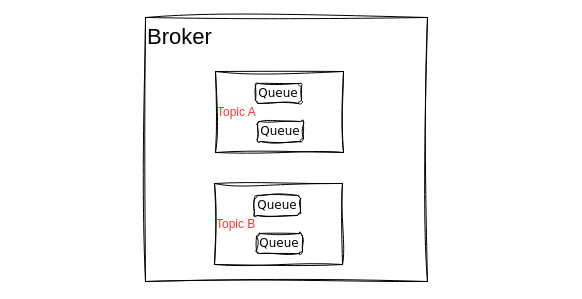
iambiglee/catmq keeps this draw.io diagram as document/blueprint/Broker.drawio. Above is the earlier version. Source tidied: cells renumbered, new cells numbered last; positions are measured from the earlier drawing's top-left corner, leaving out a move shared by most shapes. Both pictures are drawn from the tidied source at 100%, with x=0, y=0 at pixel (145, 17).
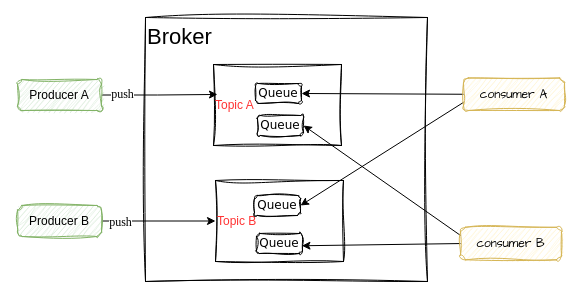
The same page after the edit.

Unchanged cells that the change refers to:
```xml
<mxCell id="4" value="Queue" style="rounded=1;whiteSpace=wrap;html=1;sketch=1;curveFitting=1;jiggle=2;fontFamily=Verdana;" parent="1" vertex="1">
  <mxGeometry x="110" y="66" width="46" height="20" as="geometry" />
</mxCell>
<mxCell id="7" value="Queue" style="rounded=1;whiteSpace=wrap;html=1;sketch=1;curveFitting=1;jiggle=2;fontFamily=Verdana;" parent="1" vertex="1">
  <mxGeometry x="109" y="178" width="46" height="20" as="geometry" />
</mxCell>
<mxCell id="8" value="Queue" style="rounded=1;whiteSpace=wrap;html=1;sketch=1;curveFitting=1;jiggle=2;fontFamily=Verdana;" parent="1" vertex="1">
  <mxGeometry x="111" y="216" width="46" height="20" as="geometry" />
</mxCell>
```

Diff of the diagram source:
```diff
@@
     <mxCell id="3" value="&lt;font color=&quot;#ff3333&quot;&gt;Topic A&lt;/font&gt;" style="rounded=0;whiteSpace=wrap;html=1;align=left;sketch=1;curveFitting=1;jiggle=2;" parent="1" vertex="1">
-      <mxGeometry x="70" y="54" width="128" height="81" as="geometry" />
+      <mxGeometry x="68" y="47" width="128" height="81" as="geometry" />
     </mxCell>
@@
     <mxCell id="5" value="Queue" style="rounded=1;whiteSpace=wrap;html=1;sketch=1;curveFitting=1;jiggle=2;fontFamily=Verdana;" parent="1" vertex="1">
-      <mxGeometry x="112" y="104" width="46" height="20" as="geometry" />
+      <mxGeometry x="112" y="98" width="46" height="20" as="geometry" />
     </mxCell>
     <mxCell id="6" value="&lt;font color=&quot;#ff3333&quot;&gt;Topic B&lt;/font&gt;" style="rounded=0;whiteSpace=wrap;html=1;align=left;sketch=1;curveFitting=1;jiggle=2;" parent="1" vertex="1">
-      <mxGeometry x="69" y="166" width="128" height="81" as="geometry" />
+      <mxGeometry x="70" y="163" width="128" height="81" as="geometry" />
     </mxCell>
@@
+    <mxCell id="9" style="edgeStyle=orthogonalEdgeStyle;rounded=0;jettySize=auto;html=1;exitX=1;exitY=0.5;exitDx=0;exitDy=0;entryX=0.031;entryY=0.37;entryDx=0;entryDy=0;entryPerimeter=0;fontFamily=Garamond;fontSize=12;fontColor=default;" parent="1" edge="1" source="11" target="3">
+      <mxGeometry relative="1" as="geometry" />
+    </mxCell>
+    <mxCell id="10" value="push" style="edgeLabel;html=1;align=center;verticalAlign=middle;fontSize=12;fontFamily=Garamond;fontColor=default;" parent="9" vertex="1">
+      <mxGeometry x="-0.65" y="1" relative="1" as="geometry" />
+    </mxCell>
+    <mxCell id="11" value="Producer A" style="rounded=1;whiteSpace=wrap;html=1;sketch=1;curveFitting=1;jiggle=2;fillColor=#d5e8d4;strokeColor=#82b366;" parent="1" vertex="1">
+      <mxGeometry x="-128" y="62" width="84" height="31" as="geometry" />
+    </mxCell>
+    <mxCell id="12" style="edgeStyle=orthogonalEdgeStyle;rounded=0;jettySize=auto;html=1;exitX=1;exitY=0.5;exitDx=0;exitDy=0;entryX=0;entryY=0.5;entryDx=0;entryDy=0;fontFamily=Garamond;fontSize=12;fontColor=default;" parent="1" edge="1" source="14" target="6">
+      <mxGeometry relative="1" as="geometry" />
+    </mxCell>
+    <mxCell id="13" value="push" style="edgeLabel;html=1;align=center;verticalAlign=middle;fontSize=12;fontFamily=Garamond;fontColor=default;" parent="12" vertex="1">
+      <mxGeometry x="-0.68" y="-1" relative="1" as="geometry" />
+    </mxCell>
+    <mxCell id="14" value="Producer B" style="rounded=1;whiteSpace=wrap;html=1;sketch=1;curveFitting=1;jiggle=2;fillColor=#d5e8d4;strokeColor=#82b366;" parent="1" vertex="1">
+      <mxGeometry x="-128" y="188" width="84" height="31" as="geometry" />
+    </mxCell>
+    <mxCell id="15" style="rounded=0;jettySize=auto;html=1;exitX=0;exitY=0.5;exitDx=0;exitDy=0;entryX=1;entryY=0.5;entryDx=0;entryDy=0;fontFamily=Garamond;fontSize=12;fontColor=default;" parent="1" edge="1" source="17" target="4">
+      <mxGeometry relative="1" as="geometry" />
+    </mxCell>
+    <mxCell id="16" style="rounded=0;jettySize=auto;html=1;exitX=0;exitY=0.75;exitDx=0;exitDy=0;entryX=1;entryY=0.5;entryDx=0;entryDy=0;fontFamily=Garamond;fontSize=12;fontColor=default;" parent="1" edge="1" source="17" target="7">
+      <mxGeometry relative="1" as="geometry" />
+    </mxCell>
+    <mxCell id="17" value="&lt;font face=&quot;Comic Sans MS&quot;&gt;consumer A&lt;/font&gt;" style="whiteSpace=wrap;html=1;fillColor=#fff2cc;strokeColor=#d6b656;sketch=1;curveFitting=1;jiggle=2;rounded=1;fontFamily=Garamond;" parent="1" vertex="1">
+      <mxGeometry x="318" y="60.5" width="101" height="32.5" as="geometry" />
+    </mxCell>
+    <mxCell id="18" style="rounded=0;jettySize=auto;html=1;exitX=0;exitY=0.25;exitDx=0;exitDy=0;entryX=1;entryY=0.5;entryDx=0;entryDy=0;fontFamily=Garamond;fontSize=12;fontColor=default;" parent="1" edge="1" source="20" target="5">
+      <mxGeometry relative="1" as="geometry" />
+    </mxCell>
+    <mxCell id="19" style="rounded=0;jettySize=auto;html=1;exitX=0;exitY=0.5;exitDx=0;exitDy=0;entryX=0.988;entryY=0.613;entryDx=0;entryDy=0;entryPerimeter=0;fontFamily=Garamond;fontSize=12;fontColor=default;" parent="1" edge="1" source="20" target="8">
+      <mxGeometry relative="1" as="geometry" />
+    </mxCell>
+    <mxCell id="20" value="&lt;font face=&quot;Comic Sans MS&quot;&gt;consumer B&lt;/font&gt;" style="whiteSpace=wrap;html=1;fillColor=#fff2cc;strokeColor=#d6b656;sketch=1;curveFitting=1;jiggle=2;rounded=1;fontFamily=Garamond;" parent="1" vertex="1">
+      <mxGeometry x="315" y="209.8" width="101" height="32.5" as="geometry" />
+    </mxCell>
```
